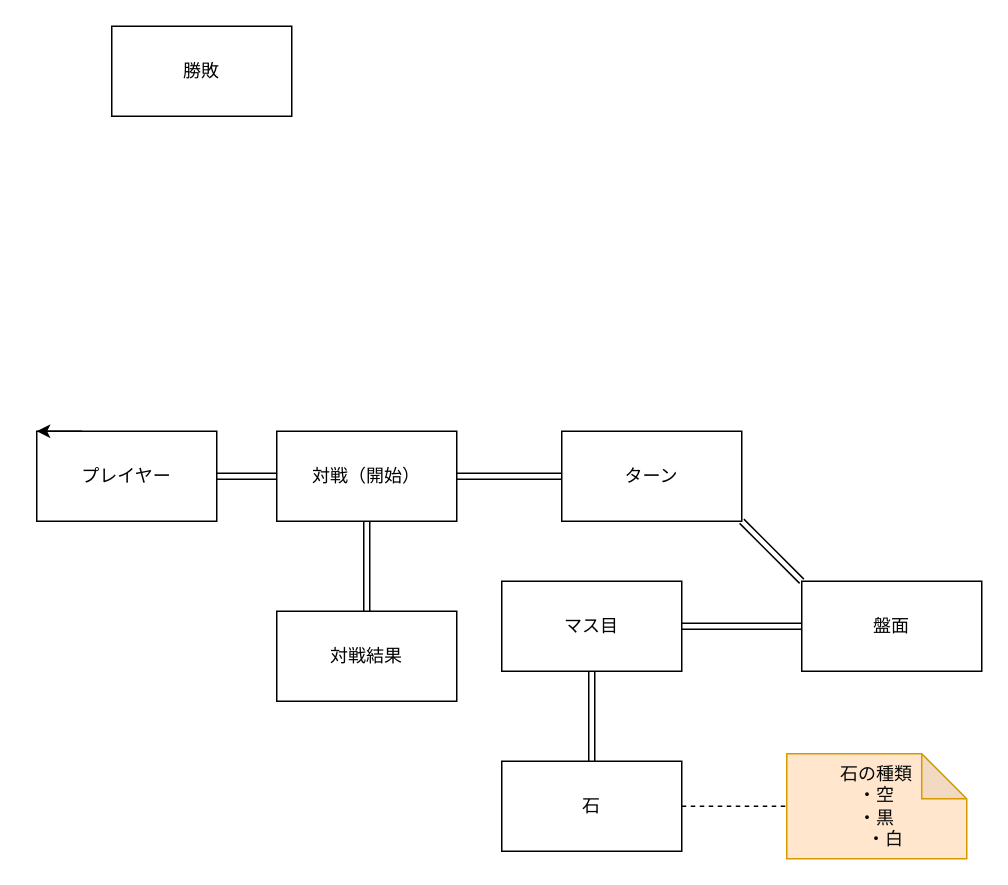
Before: docs/conceptial-model.drawio in karasuneo/reversible-udemy, a draw.io diagram. Source tidied: cells renumbered, new cells numbered last; positions are measured from the earlier drawing's top-left corner, leaving out a move shared by most shapes. Both pictures are drawn from the tidied source at 150%, with x=0, y=0 at pixel (36, 26).
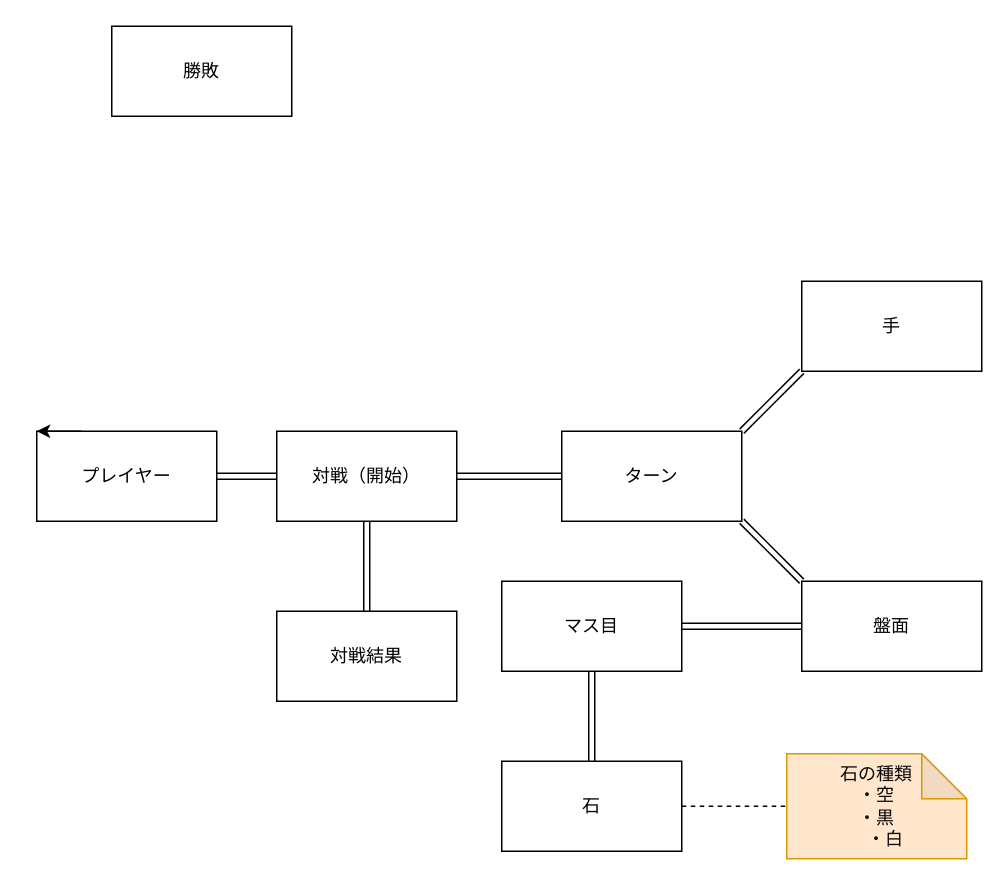
The same page after the edit.

The change refers to these unchanged cells:
```xml
<mxCell id="10" value="ターン" style="rounded=0;whiteSpace=wrap;html=1;" parent="1" vertex="1">
  <mxGeometry x="350" y="270" width="120" height="60" as="geometry" />
</mxCell>
```

The edit, as a diff of the source:
```diff
@@
+    <mxCell id="19" value="手" style="rounded=0;whiteSpace=wrap;html=1;" parent="1" vertex="1">
+      <mxGeometry x="510" y="170" width="120" height="60" as="geometry" />
+    </mxCell>
+    <mxCell id="20" style="shape=link;html=1;fontColor=#080808;exitX=1;exitY=0;exitDx=0;exitDy=0;entryX=0;entryY=1;entryDx=0;entryDy=0;" parent="1" edge="1" source="10" target="19">
+      <mxGeometry relative="1" as="geometry" />
+    </mxCell>
```
